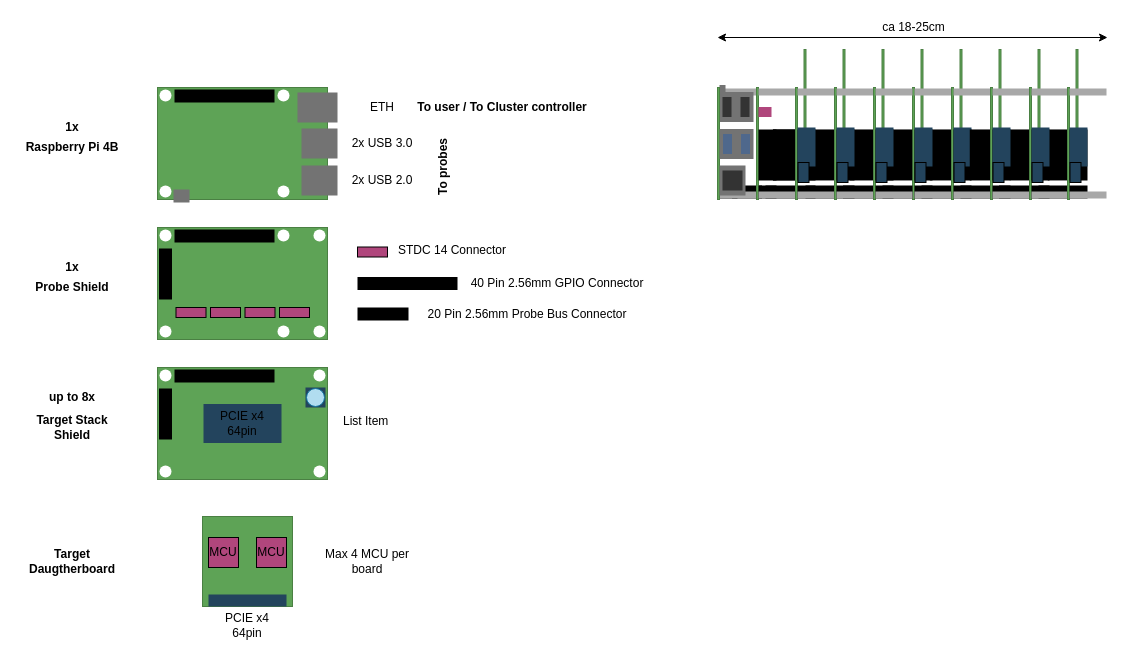
The draw.io diagram concept/dimensions_layout.drawio in probe-rs/hive, before the edit. Source tidied: cells renumbered, new cells numbered last; positions are measured from the earlier drawing's top-left corner, leaving out a move shared by most shapes. Both pictures are drawn from the tidied source at 100%, with x=0, y=0 at pixel (17, 17).
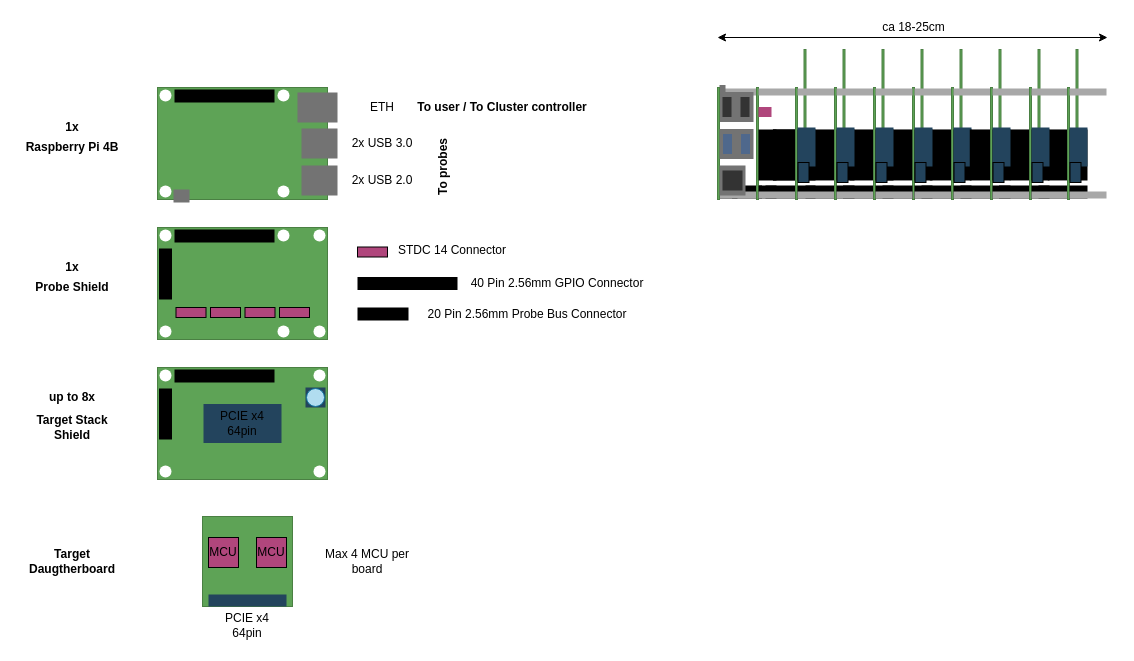
The same page after the edit.

Commit message (it also covers changes not shown here):
correction of drawing

Change to the diagram source:
```diff
@@
-    <mxCell id="58" value="List Item" style="text;strokeColor=none;fillColor=none;align=left;verticalAlign=top;spacingLeft=4;spacingRight=4;overflow=hidden;" parent="1" vertex="1">
-      <mxGeometry x="320" y="390" width="60" height="26" as="geometry" />
-    </mxCell>
```
